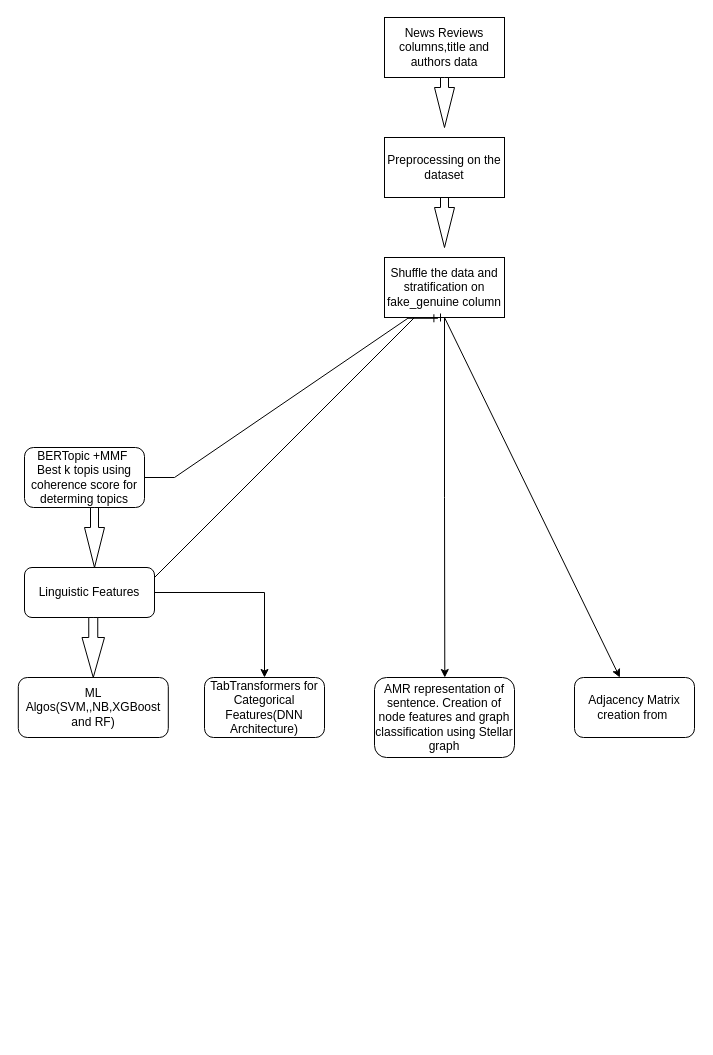
This is Untitled Diagram.drawio from madhurjyathegreat/Files, a draw.io file, before an edit. Source tidied: cells renumbered, new cells numbered last; positions are measured from the earlier drawing's top-left corner, leaving out a move shared by most shapes. Both pictures are drawn from the tidied source at 100%, with x=0, y=0 at pixel (18, 17).
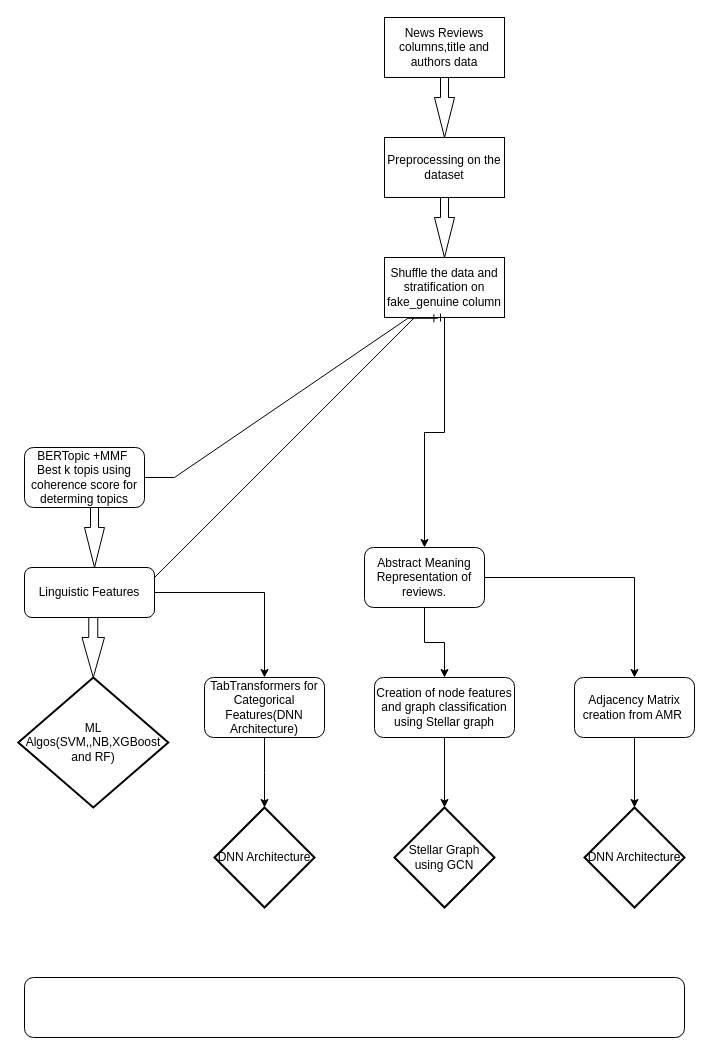
The same diagram, later.

Unchanged cells that the change refers to:
```xml
<mxCell id="5" value="Shuffle the data and stratification on fake_genuine column" style="rounded=0;whiteSpace=wrap;html=1;" parent="1" vertex="1">
  <mxGeometry x="366" y="240" width="120" height="60" as="geometry" />
</mxCell>
```

What changed in the source:
```diff
@@
     <mxCell id="3" style="html=1;shadow=0;dashed=0;align=center;verticalAlign=middle;shape=mxgraph.arrows2.arrow;dy=0.6;dx=40;direction=south;notch=0;" parent="1" vertex="1">
-      <mxGeometry x="416" y="60" width="20" height="50" as="geometry" />
+      <mxGeometry x="416" y="60" width="20" height="60" as="geometry" />
     </mxCell>
-    <mxCell id="4" style="edgeStyle=orthogonalEdgeStyle;rounded=0;jettySize=auto;html=1;exitX=0.5;exitY=1;exitDx=0;exitDy=0;" parent="1" edge="1" source="5">
-      <mxGeometry relative="1" as="geometry">
-        <mxPoint x="426.3" y="660" as="targetPoint" />
-      </mxGeometry>
+    <mxCell id="4" style="edgeStyle=orthogonalEdgeStyle;rounded=0;jettySize=auto;html=1;exitX=0.5;exitY=1;exitDx=0;exitDy=0;" parent="1" edge="1" source="5" target="26">
+      <mxGeometry relative="1" as="geometry" />
     </mxCell>
@@
     <mxCell id="6" style="html=1;shadow=0;dashed=0;align=center;verticalAlign=middle;shape=mxgraph.arrows2.arrow;dy=0.6;dx=40;direction=south;notch=0;" parent="1" vertex="1">
-      <mxGeometry x="416" y="180" width="20" height="50" as="geometry" />
+      <mxGeometry x="416" y="180" width="20" height="60" as="geometry" />
     </mxCell>
@@
+    <mxCell id="16" style="edgeStyle=orthogonalEdgeStyle;rounded=0;orthogonalLoop=1;jettySize=auto;html=1;exitX=0.5;exitY=1;exitDx=0;exitDy=0;" parent="1" edge="1">
+      <mxGeometry relative="1" as="geometry">
+        <mxPoint x="74.8" y="720" as="sourcePoint" />
+        <mxPoint x="74.8" y="720" as="targetPoint" />
+      </mxGeometry>
+    </mxCell>
+    <mxCell id="21" style="edgeStyle=orthogonalEdgeStyle;rounded=0;jettySize=auto;html=1;exitX=0.5;exitY=1;exitDx=0;exitDy=0;" parent="1" edge="1" source="17">
+      <mxGeometry relative="1" as="geometry">
+        <mxPoint x="246" y="790" as="targetPoint" />
+      </mxGeometry>
+    </mxCell>
+    <mxCell id="17" value="TabTransformers for Categorical Features(DNN Architecture)" style="rounded=1;whiteSpace=wrap;html=1;" parent="1" vertex="1">
+      <mxGeometry x="186" y="660" width="120" height="60" as="geometry" />
+    </mxCell>
+    <mxCell id="22" style="edgeStyle=orthogonalEdgeStyle;rounded=0;jettySize=auto;html=1;exitX=0.5;exitY=1;exitDx=0;exitDy=0;" parent="1" edge="1" source="18" target="28">
+      <mxGeometry relative="1" as="geometry" />
+    </mxCell>
+    <mxCell id="18" value="Creation of node features and graph classification using Stellar graph" style="rounded=1;whiteSpace=wrap;html=1;" parent="1" vertex="1">
+      <mxGeometry x="356" y="660" width="140" height="60" as="geometry" />
+    </mxCell>
+    <mxCell id="23" style="edgeStyle=orthogonalEdgeStyle;rounded=0;jettySize=auto;html=1;exitX=0.5;exitY=1;exitDx=0;exitDy=0;entryX=0.5;entryY=0;entryDx=0;entryDy=0;entryPerimeter=0;" parent="1" edge="1" source="20" target="29">
+      <mxGeometry relative="1" as="geometry" />
+    </mxCell>
+    <mxCell id="20" value="Adjacency Matrix creation from AMR&amp;nbsp;" style="rounded=1;whiteSpace=wrap;html=1;" parent="1" vertex="1">
+      <mxGeometry x="556" y="660" width="120" height="60" as="geometry" />
+    </mxCell>
+    <mxCell id="24" style="edgeStyle=orthogonalEdgeStyle;rounded=0;jettySize=auto;html=1;exitX=1;exitY=0.5;exitDx=0;exitDy=0;entryX=0.5;entryY=0;entryDx=0;entryDy=0;" parent="1" edge="1" source="26" target="20">
+      <mxGeometry relative="1" as="geometry" />
+    </mxCell>
+    <mxCell id="25" style="edgeStyle=orthogonalEdgeStyle;rounded=0;jettySize=auto;html=1;exitX=0.5;exitY=1;exitDx=0;exitDy=0;" parent="1" edge="1" source="26" target="18">
+      <mxGeometry relative="1" as="geometry" />
+    </mxCell>
+    <mxCell id="26" value="Abstract Meaning Representation of reviews." style="rounded=1;whiteSpace=wrap;html=1;" parent="1" vertex="1">
+      <mxGeometry x="346" y="530" width="120" height="60" as="geometry" />
+    </mxCell>
-    <mxCell id="15" value="ML Algos(SVM,,NB,XGBoost&lt;br&gt;and RF)" style="rounded=1;whiteSpace=wrap;html=1;" parent="1" vertex="1">
-      <mxGeometry x="-0.2" y="660" width="150" height="60" as="geometry" />
+    <mxCell id="15" value="ML Algos(SVM,,NB,XGBoost&lt;br&gt;and RF)" style="strokeWidth=2;html=1;shape=mxgraph.flowchart.decision;whiteSpace=wrap;" parent="1" vertex="1">
+      <mxGeometry x="-0.2" y="660" width="150" height="130" as="geometry" />
     </mxCell>
-    <mxCell id="16" style="edgeStyle=orthogonalEdgeStyle;rounded=0;orthogonalLoop=1;jettySize=auto;html=1;exitX=0.5;exitY=1;exitDx=0;exitDy=0;" parent="1" edge="1" source="15" target="15">
-      <mxGeometry relative="1" as="geometry" />
-    </mxCell>
-    <mxCell id="17" value="TabTransformers for Categorical Features(DNN Architecture)" style="rounded=1;whiteSpace=wrap;html=1;" parent="1" vertex="1">
-      <mxGeometry x="186" y="660" width="120" height="60" as="geometry" />
-    </mxCell>
-    <mxCell id="18" value="AMR representation of sentence. Creation of node features and graph classification using Stellar graph" style="rounded=1;whiteSpace=wrap;html=1;" parent="1" vertex="1">
-      <mxGeometry x="356" y="660" width="140" height="80" as="geometry" />
-    </mxCell>
-    <mxCell id="19" style="endArrow=classic;html=1;rounded=0;" parent="1" edge="1" target="20">
-      <mxGeometry relative="1" as="geometry">
-        <mxPoint x="426" y="300" as="sourcePoint" />
-      </mxGeometry>
-    </mxCell>
-    <mxCell id="20" value="Adjacency Matrix creation from&amp;nbsp;" style="rounded=1;whiteSpace=wrap;html=1;" parent="1" vertex="1">
-      <mxGeometry x="556" y="660" width="120" height="60" as="geometry" />
-    </mxCell>
+    <mxCell id="27" value="DNN Architecture" style="strokeWidth=2;html=1;shape=mxgraph.flowchart.decision;whiteSpace=wrap;" parent="1" vertex="1">
+      <mxGeometry x="196" y="790" width="100" height="100" as="geometry" />
+    </mxCell>
+    <mxCell id="28" value="Stellar Graph using GCN" style="strokeWidth=2;html=1;shape=mxgraph.flowchart.decision;whiteSpace=wrap;" parent="1" vertex="1">
+      <mxGeometry x="376" y="790" width="100" height="100" as="geometry" />
+    </mxCell>
+    <mxCell id="29" value="DNN Architecture" style="strokeWidth=2;html=1;shape=mxgraph.flowchart.decision;whiteSpace=wrap;" parent="1" vertex="1">
+      <mxGeometry x="566" y="790" width="100" height="100" as="geometry" />
+    </mxCell>
+    <mxCell id="30" style="rounded=1;whiteSpace=wrap;html=1;" parent="1" vertex="1">
+      <mxGeometry x="6" y="960" width="660" height="60" as="geometry" />
+    </mxCell>
```
